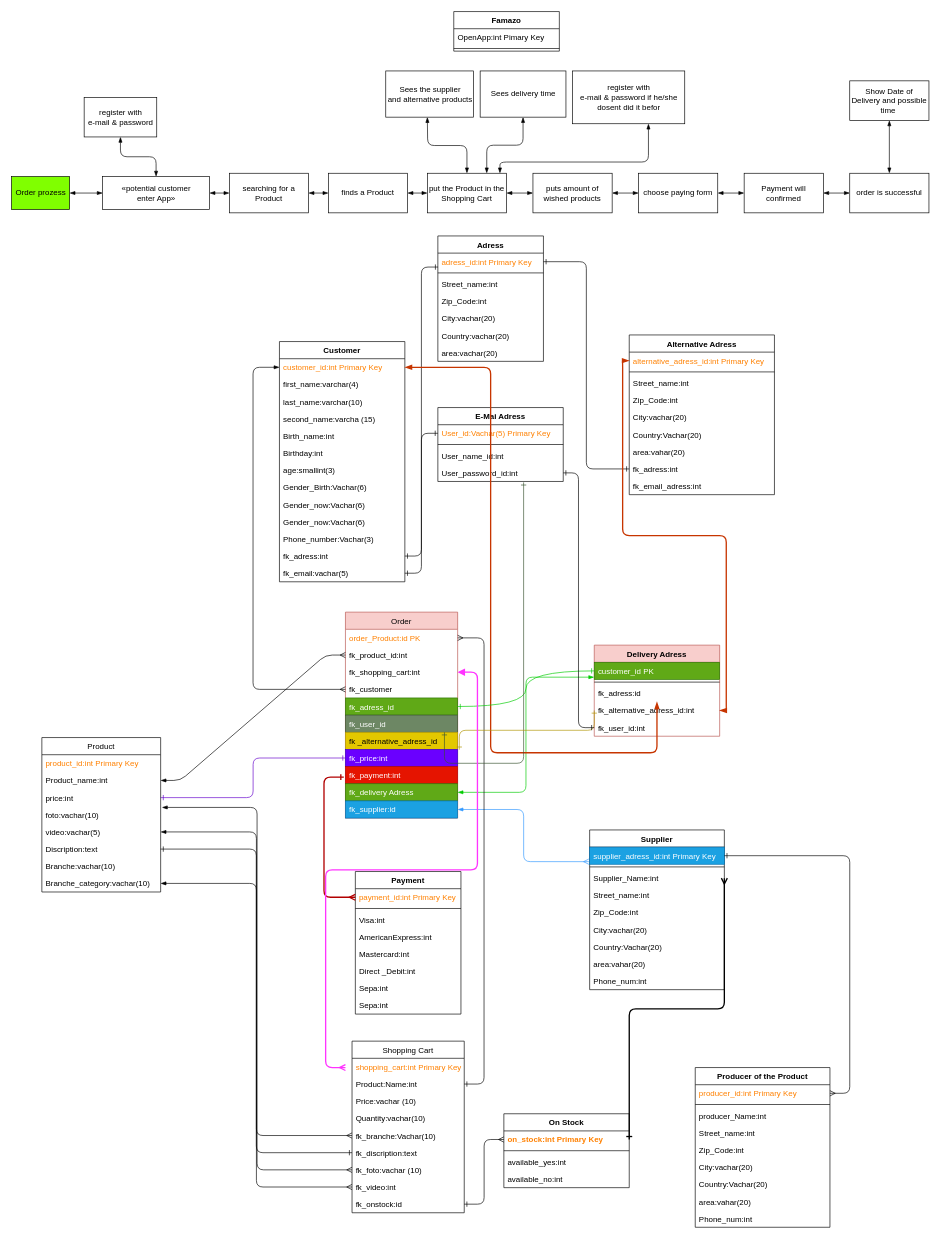
MichaelGarrigosa/backenddayone keeps this draw.io diagram as page "Famazon Visual 3 UML" (3 of 3) of Michael/FamazonMichael.drawio. Above is the earlier version. Source tidied: cells renumbered, new cells numbered last; positions are measured from the earlier drawing's top-left corner, leaving out a move shared by most shapes. Both pictures are drawn from the tidied source at 66%, with x=0, y=0 at pixel (11, 11).
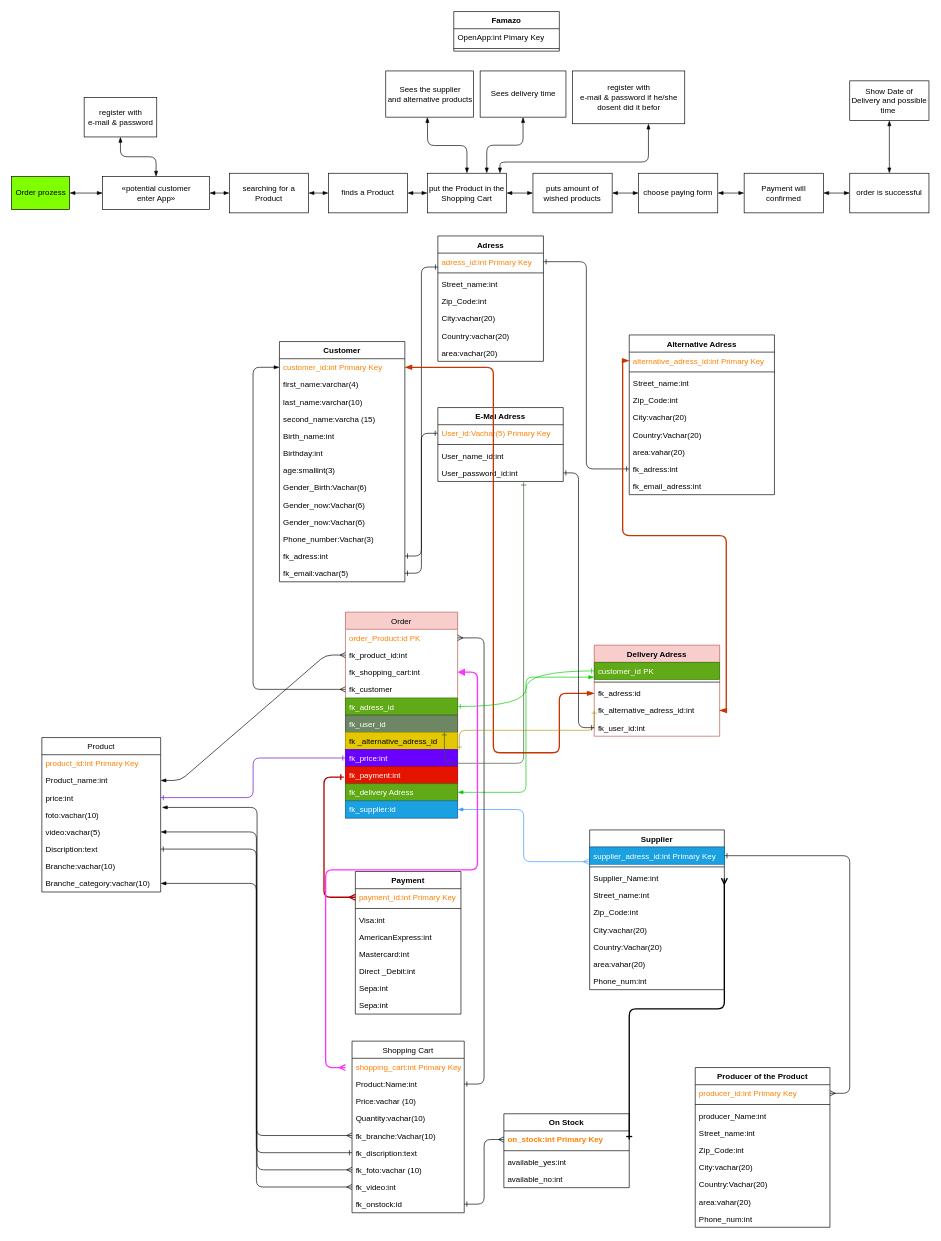
After the change.

Unchanged cells that the change refers to:
```xml
<mxCell id="43" value="customer_id:int Primary Key" style="text;strokeColor=none;fillColor=none;align=left;verticalAlign=top;spacingLeft=4;spacingRight=4;overflow=hidden;points=[[0,0.5],[1,0.5]];portConstraint=eastwest;fontColor=#FF8000;" parent="42" vertex="1">
  <mxGeometry y="26" width="190" height="26" as="geometry" />
</mxCell>
<mxCell id="114" value="fk_adress:id " style="text;strokeColor=none;fillColor=none;align=left;verticalAlign=top;spacingLeft=4;spacingRight=4;overflow=hidden;points=[[0,0.5],[1,0.5]];portConstraint=eastwest;" parent="111" vertex="1">
  <mxGeometry y="60" width="190" height="26" as="geometry" />
</mxCell>
```

The edit, as a diff of the source:
```diff
@@
-    <mxCell id="129" style="edgeStyle=orthogonalEdgeStyle;rounded=1;html=1;startArrow=blockThin;startFill=1;endArrow=blockThin;endFill=1;fillColor=#fa6800;strokeColor=#C73500;strokeWidth=2;" parent="1" edge="1" source="114" target="43">
+    <mxCell id="129" style="edgeStyle=orthogonalEdgeStyle;rounded=1;html=1;startArrow=blockThin;startFill=1;endArrow=blockThin;endFill=1;fillColor=#fa6800;strokeColor=#C73500;strokeWidth=2;exitX=0;exitY=0.5;exitDx=0;exitDy=0;" parent="1" edge="1" source="114" target="43">
       <mxGeometry relative="1" as="geometry">
         <Array as="points">
-          <mxPoint x="725.9" y="1123" />
-          <mxPoint x="725.9" y="539" />
+          <mxPoint x="830" y="1033" />
+          <mxPoint x="830" y="1123" />
+          <mxPoint x="730" y="1123" />
+          <mxPoint x="730" y="539" />
         </Array>
       </mxGeometry>
     </mxCell>
```
